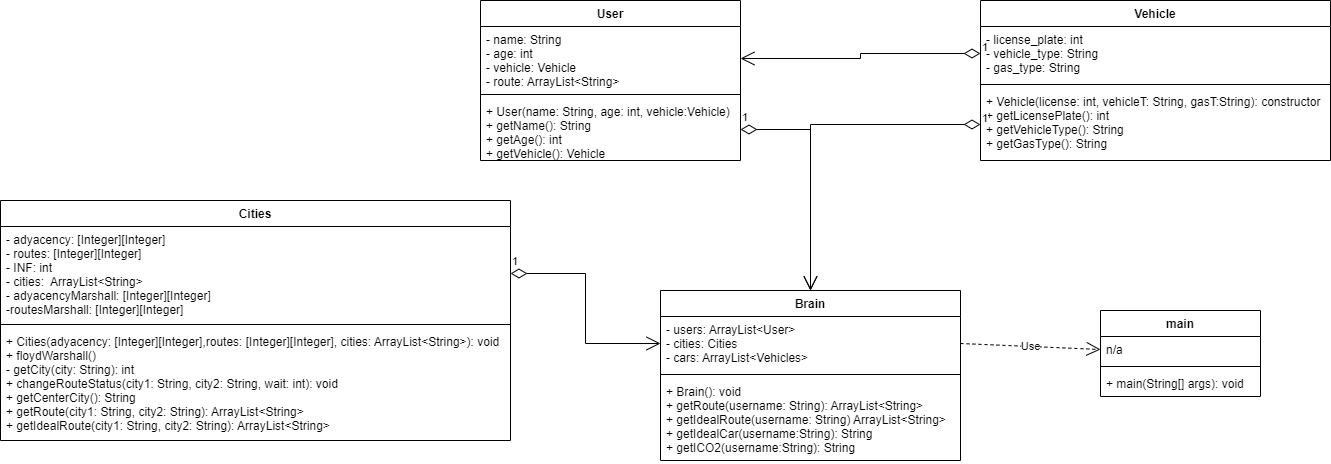
Above: Others/UMLPOO2.png in DiggsPapu/Proyecto02POO (draw.io), before the change. Source tidied: cells renumbered, new cells last; positions are measured from the earlier drawing's top-left corner, leaving out a move shared by most shapes.
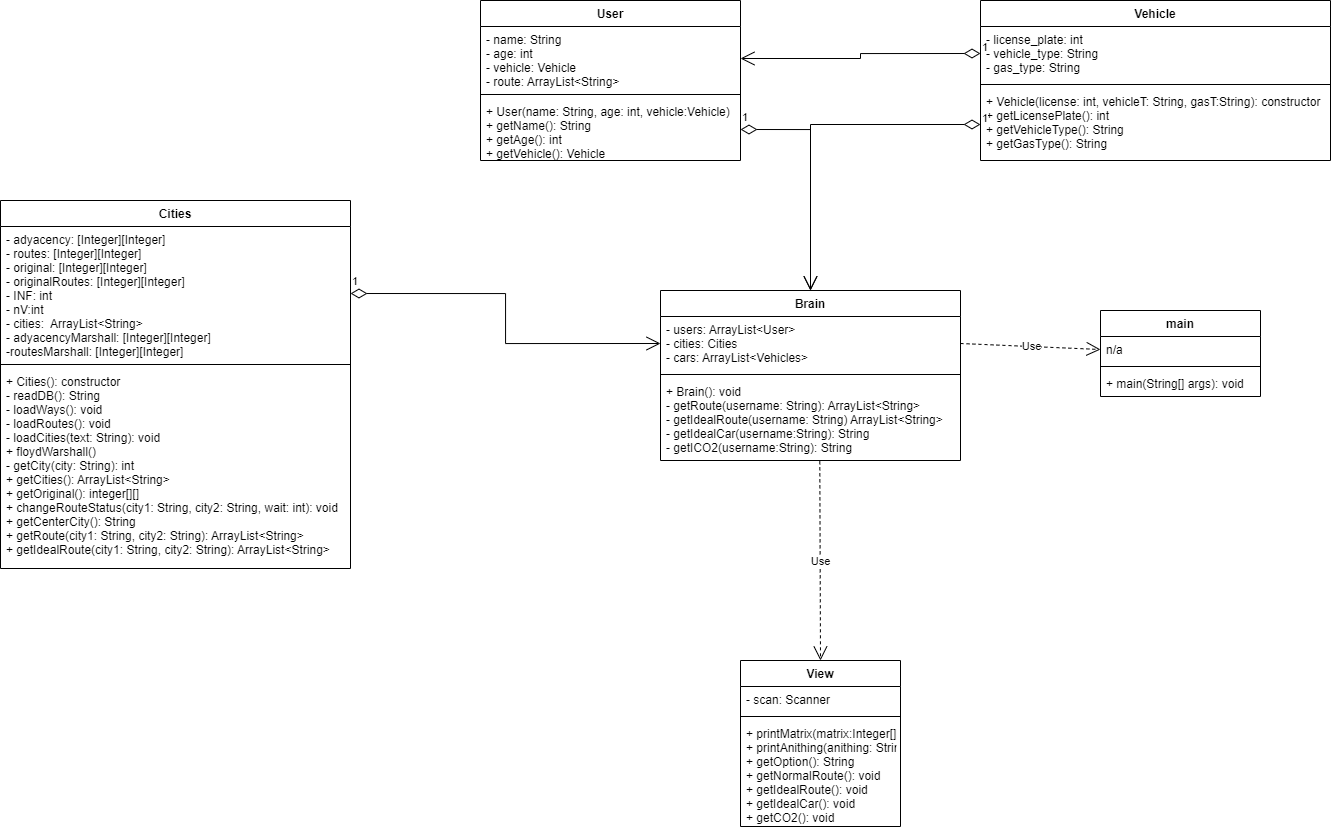
After the commit.

Commit message:
Generalizing the code 4 and uml updated

What changed in the source:
```diff
@@ -27,16 +27,16 @@
       <mxGeometry y="88" width="350" height="72" as="geometry" />
     </mxCell>
     <mxCell id="10" value="Cities" style="swimlane;fontStyle=1;align=center;verticalAlign=top;horizontal=1;startSize=26;" parent="1" vertex="1">
-      <mxGeometry y="200" width="510" height="240" as="geometry" />
+      <mxGeometry y="200" width="350" height="368" as="geometry" />
     </mxCell>
-    <mxCell id="11" value="- adyacency: [Integer][Integer]&#10;- routes: [Integer][Integer]&#10;- INF: int&#10;- cities:  ArrayList&lt;String&gt;&#10;- adyacencyMarshall: [Integer][Integer]&#10;-routesMarshall: [Integer][Integer]" style="text;strokeColor=none;fillColor=none;align=left;verticalAlign=top;spacingLeft=4;spacingRight=4;overflow=hidden;points=[[0,0.5],[1,0.5]];portConstraint=eastwest;" parent="10" vertex="1">
-      <mxGeometry y="26" width="510" height="94" as="geometry" />
+    <mxCell id="11" value="- adyacency: [Integer][Integer]&#10;- routes: [Integer][Integer]&#10;- original: [Integer][Integer]&#10;- originalRoutes: [Integer][Integer]&#10;- INF: int&#10;- nV:int&#10;- cities:  ArrayList&lt;String&gt;&#10;- adyacencyMarshall: [Integer][Integer]&#10;-routesMarshall: [Integer][Integer]" style="text;strokeColor=none;fillColor=none;align=left;verticalAlign=top;spacingLeft=4;spacingRight=4;overflow=hidden;points=[[0,0.5],[1,0.5]];portConstraint=eastwest;" parent="10" vertex="1">
+      <mxGeometry y="26" width="350" height="134" as="geometry" />
     </mxCell>
     <mxCell id="12" style="line;strokeWidth=1;fillColor=none;align=left;verticalAlign=middle;spacingTop=-1;spacingLeft=3;spacingRight=3;labelPosition=right;" parent="10" vertex="1">
-      <mxGeometry y="120" width="510" height="8" as="geometry" />
+      <mxGeometry y="160" width="350" height="8" as="geometry" />
     </mxCell>
-    <mxCell id="13" value="+ Cities(adyacency: [Integer][Integer],routes: [Integer][Integer], cities: ArrayList&lt;String&gt;): void&#10;+ floydWarshall()&#10;- getCity(city: String): int&#10;+ changeRouteStatus(city1: String, city2: String, wait: int): void&#10;+ getCenterCity(): String &#10;+ getRoute(city1: String, city2: String): ArrayList&lt;String&gt;&#10;+ getIdealRoute(city1: String, city2: String): ArrayList&lt;String&gt;&#10;" style="text;strokeColor=none;fillColor=none;align=left;verticalAlign=top;spacingLeft=4;spacingRight=4;overflow=hidden;" parent="10" vertex="1">
-      <mxGeometry y="128" width="510" height="112" as="geometry" />
+    <mxCell id="13" value="+ Cities(): constructor&#10;- readDB(): String&#10;- loadWays(): void&#10;- loadRoutes(): void&#10;- loadCities(text: String): void&#10;+ floydWarshall()&#10;- getCity(city: String): int&#10;+ getCities(): ArrayList&lt;String&gt;&#10;+ getOriginal(): integer[][]&#10;+ changeRouteStatus(city1: String, city2: String, wait: int): void&#10;+ getCenterCity(): String &#10;+ getRoute(city1: String, city2: String): ArrayList&lt;String&gt;&#10;+ getIdealRoute(city1: String, city2: String): ArrayList&lt;String&gt;&#10;" style="text;strokeColor=none;fillColor=none;align=left;verticalAlign=top;spacingLeft=4;spacingRight=4;overflow=hidden;" parent="10" vertex="1">
+      <mxGeometry y="168" width="350" height="200" as="geometry" />
     </mxCell>
     <mxCell id="14" value="Brain" style="swimlane;fontStyle=1;align=center;verticalAlign=top;horizontal=1;startSize=26;" parent="1" vertex="1">
       <mxGeometry x="660" y="290" width="300" height="170" as="geometry" />
@@ -47,7 +47,7 @@
     <mxCell id="16" style="line;strokeWidth=1;fillColor=none;align=left;verticalAlign=middle;spacingTop=-1;spacingLeft=3;spacingRight=3;labelPosition=right;" parent="14" vertex="1">
       <mxGeometry y="80" width="300" height="8" as="geometry" />
     </mxCell>
-    <mxCell id="17" value="+ Brain(): void&#10;+ getRoute(username: String): ArrayList&lt;String&gt;&#10;+ getIdealRoute(username: String) ArrayList&lt;String&gt;&#10;+ getIdealCar(username:String): String&#10;+ getICO2(username:String): String" style="text;strokeColor=none;fillColor=none;align=left;verticalAlign=top;spacingLeft=4;spacingRight=4;overflow=hidden;points=[[0,0.5],[1,0.5]];portConstraint=eastwest;" parent="14" vertex="1">
+    <mxCell id="17" value="+ Brain(): void&#10;- getRoute(username: String): ArrayList&lt;String&gt;&#10;- getIdealRoute(username: String) ArrayList&lt;String&gt;&#10;- getIdealCar(username:String): String&#10;- getICO2(username:String): String" style="text;strokeColor=none;fillColor=none;align=left;verticalAlign=top;spacingLeft=4;spacingRight=4;overflow=hidden;points=[[0,0.5],[1,0.5]];portConstraint=eastwest;" parent="14" vertex="1">
       <mxGeometry y="88" width="300" height="82" as="geometry" />
     </mxCell>
     <mxCell id="18" value="main" style="swimlane;fontStyle=1;align=center;verticalAlign=top;horizontal=1;startSize=26;" parent="1" vertex="1">
@@ -77,5 +77,20 @@
     <mxCell id="26" value="1" style="endArrow=open;html=1;endSize=12;startArrow=diamondThin;startSize=14;startFill=0;edgeStyle=orthogonalEdgeStyle;align=left;verticalAlign=bottom;rounded=0;exitX=1;exitY=0.5;exitDx=0;exitDy=0;entryX=0.5;entryY=0;entryDx=0;entryDy=0;" parent="1" edge="1" source="5" target="14">
       <mxGeometry x="-1" y="3" relative="1" as="geometry" />
     </mxCell>
+    <mxCell id="27" value="View" style="swimlane;fontStyle=1;align=center;verticalAlign=top;horizontal=1;startSize=26;" parent="1" vertex="1">
+      <mxGeometry x="740" y="660" width="160" height="166" as="geometry" />
+    </mxCell>
+    <mxCell id="28" value="- scan: Scanner" style="text;strokeColor=none;fillColor=none;align=left;verticalAlign=top;spacingLeft=4;spacingRight=4;overflow=hidden;" parent="27" vertex="1">
+      <mxGeometry y="26" width="160" height="26" as="geometry" />
+    </mxCell>
+    <mxCell id="29" style="line;strokeWidth=1;fillColor=none;align=left;verticalAlign=middle;spacingTop=-1;spacingLeft=3;spacingRight=3;labelPosition=right;strokeColor=inherit;" parent="27" vertex="1">
+      <mxGeometry y="52" width="160" height="8" as="geometry" />
+    </mxCell>
+    <mxCell id="30" value="+ printMatrix(matrix:Integer[][]): void&#10;+ printAnithing(anithing: String):void&#10;+ getOption(): String&#10;+ getNormalRoute(): void&#10;+ getIdealRoute(): void&#10;+ getIdealCar(): void&#10;+ getCO2(): void" style="text;strokeColor=none;fillColor=none;align=left;verticalAlign=top;spacingLeft=4;spacingRight=4;overflow=hidden;" parent="27" vertex="1">
+      <mxGeometry y="60" width="160" height="106" as="geometry" />
+    </mxCell>
+    <mxCell id="31" value="Use" style="endArrow=open;endSize=12;dashed=1;html=1;rounded=0;exitX=0.531;exitY=1.01;exitDx=0;exitDy=0;exitPerimeter=0;entryX=0.5;entryY=0;entryDx=0;entryDy=0;" parent="1" edge="1" source="17" target="27">
+      <mxGeometry relative="1" as="geometry" />
+    </mxCell>
   </root>
 </mxGraphModel>
```
